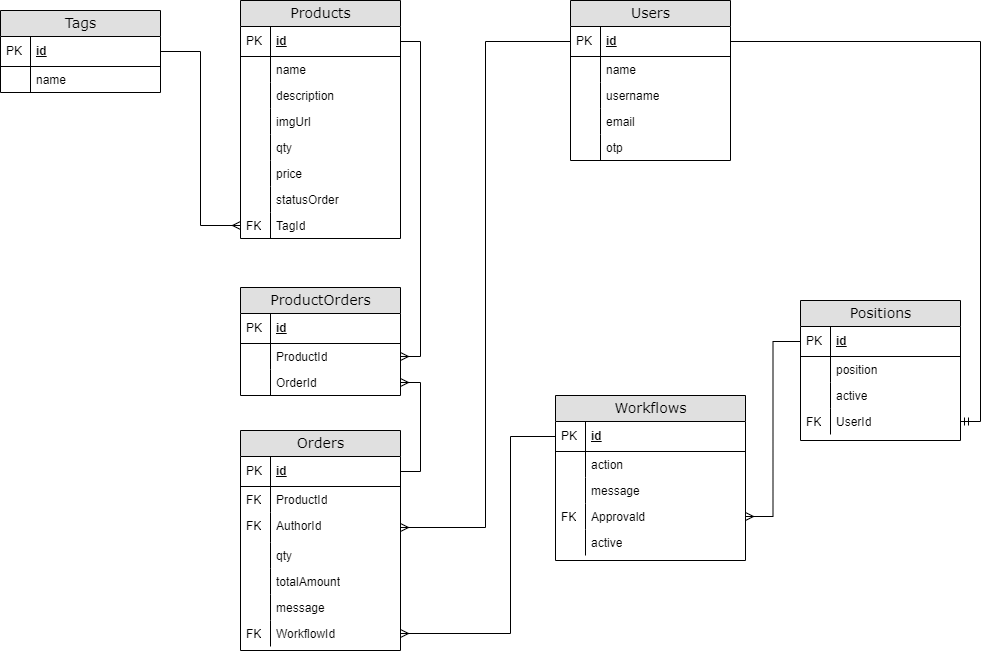
Before: ERD.png, a diagram exported from draw.io (apra-saputra/restapi-express-api). Source tidied: cells renumbered, new cells last; positions are measured from the earlier drawing's top-left corner, leaving out a move shared by most shapes.
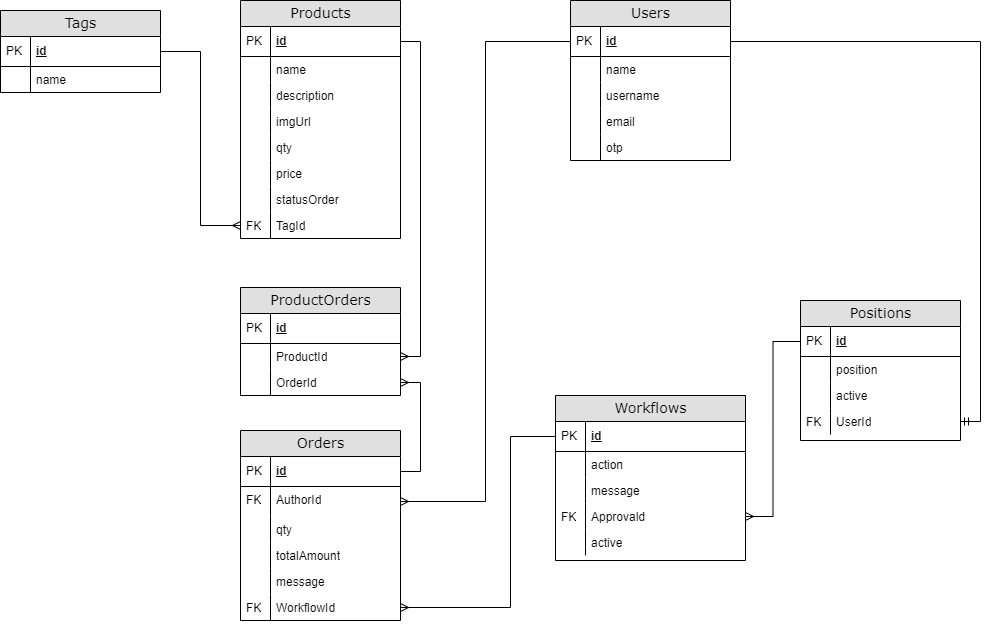
Later version of the same file.

Change to the diagram source:
```diff
@@ -77,7 +77,7 @@
       </mxGeometry>
     </mxCell>
     <mxCell id="25" value="Orders" style="swimlane;html=1;fontStyle=0;horizontal=1;startSize=26;fillColor=#e0e0e0;swimlaneFillColor=#ffffff;align=center;rounded=0;shadow=0;comic=0;labelBackgroundColor=none;strokeWidth=1;fontFamily=Verdana;fontSize=14;fontColor=#000000;" parent="1" vertex="1">
-      <mxGeometry x="240" y="430" width="160" height="220" as="geometry" />
+      <mxGeometry x="240" y="430" width="160" height="190" as="geometry" />
     </mxCell>
     <mxCell id="26" value="id" style="shape=partialRectangle;top=0;left=0;right=0;bottom=1;html=1;align=left;verticalAlign=middle;fillColor=none;spacingLeft=34;spacingRight=4;whiteSpace=wrap;overflow=hidden;points=[[0,0.5],[1,0.5]];portConstraint=eastwest;fontStyle=5;fontColor=#000000;" parent="25" vertex="1">
       <mxGeometry y="26" width="160" height="30" as="geometry" />
@@ -85,38 +85,32 @@
     <mxCell id="27" value="PK" style="shape=partialRectangle;top=0;left=0;bottom=0;html=1;fillColor=none;align=left;verticalAlign=middle;spacingLeft=4;spacingRight=4;whiteSpace=wrap;overflow=hidden;fontColor=#000000;" parent="26" vertex="1">
       <mxGeometry width="30" height="30" as="geometry" />
     </mxCell>
-    <mxCell id="28" value="ProductId" style="shape=partialRectangle;top=0;left=0;right=0;bottom=0;html=1;align=left;verticalAlign=top;fillColor=none;spacingLeft=34;spacingRight=4;whiteSpace=wrap;overflow=hidden;fontColor=#000000;" parent="25" vertex="1">
-      <mxGeometry y="56" width="160" height="26" as="geometry" />
-    </mxCell>
-    <mxCell id="29" value="FK" style="shape=partialRectangle;top=0;left=0;bottom=0;html=1;fillColor=none;align=left;verticalAlign=top;spacingLeft=4;spacingRight=4;whiteSpace=wrap;overflow=hidden;fontColor=#000000;" parent="28" vertex="1">
-      <mxGeometry width="30" height="26" as="geometry" />
-    </mxCell>
     <mxCell id="30" value="AuthorId" style="shape=partialRectangle;top=0;left=0;right=0;bottom=0;html=1;align=left;verticalAlign=top;fillColor=none;spacingLeft=34;spacingRight=4;whiteSpace=wrap;overflow=hidden;points=[[0,0.5],[1,0.5]];portConstraint=eastwest;fontColor=#000000;" parent="25" vertex="1">
-      <mxGeometry y="82" width="160" height="30" as="geometry" />
+      <mxGeometry y="56" width="160" height="30" as="geometry" />
     </mxCell>
     <mxCell id="31" value="FK" style="shape=partialRectangle;top=0;left=0;bottom=0;html=1;fillColor=none;align=left;verticalAlign=top;spacingLeft=4;spacingRight=4;whiteSpace=wrap;overflow=hidden;fontColor=#000000;" parent="30" vertex="1">
       <mxGeometry width="30" height="30" as="geometry" />
     </mxCell>
     <mxCell id="32" value="qty" style="shape=partialRectangle;top=0;left=0;right=0;bottom=0;html=1;align=left;verticalAlign=top;fillColor=none;spacingLeft=34;spacingRight=4;whiteSpace=wrap;overflow=hidden;fontColor=#000000;" parent="25" vertex="1">
-      <mxGeometry y="112" width="160" height="26" as="geometry" />
+      <mxGeometry y="86" width="160" height="26" as="geometry" />
     </mxCell>
     <mxCell id="33" style="shape=partialRectangle;top=0;left=0;bottom=0;html=1;fillColor=none;align=left;verticalAlign=top;spacingLeft=4;spacingRight=4;whiteSpace=wrap;overflow=hidden;fontColor=#000000;" parent="32" vertex="1">
       <mxGeometry width="30" height="26" as="geometry" />
     </mxCell>
     <mxCell id="34" value="totalAmount" style="shape=partialRectangle;top=0;left=0;right=0;bottom=0;html=1;align=left;verticalAlign=top;fillColor=none;spacingLeft=34;spacingRight=4;whiteSpace=wrap;overflow=hidden;fontColor=#000000;" parent="25" vertex="1">
-      <mxGeometry y="138" width="160" height="26" as="geometry" />
+      <mxGeometry y="112" width="160" height="26" as="geometry" />
     </mxCell>
     <mxCell id="35" style="shape=partialRectangle;top=0;left=0;bottom=0;html=1;fillColor=none;align=left;verticalAlign=top;spacingLeft=4;spacingRight=4;whiteSpace=wrap;overflow=hidden;fontColor=#000000;" parent="34" vertex="1">
       <mxGeometry width="30" height="26" as="geometry" />
     </mxCell>
     <mxCell id="36" value="message" style="shape=partialRectangle;top=0;left=0;right=0;bottom=0;html=1;align=left;verticalAlign=top;fillColor=none;spacingLeft=34;spacingRight=4;whiteSpace=wrap;overflow=hidden;fontColor=#000000;" parent="25" vertex="1">
-      <mxGeometry y="164" width="160" height="26" as="geometry" />
+      <mxGeometry y="138" width="160" height="26" as="geometry" />
     </mxCell>
     <mxCell id="37" style="shape=partialRectangle;top=0;left=0;bottom=0;html=1;fillColor=none;align=left;verticalAlign=top;spacingLeft=4;spacingRight=4;whiteSpace=wrap;overflow=hidden;fontColor=#000000;" parent="36" vertex="1">
       <mxGeometry width="30" height="26" as="geometry" />
     </mxCell>
     <mxCell id="38" value="WorkflowId" style="shape=partialRectangle;top=0;left=0;right=0;bottom=0;html=1;align=left;verticalAlign=top;fillColor=none;spacingLeft=34;spacingRight=4;whiteSpace=wrap;overflow=hidden;points=[[0,0.5],[1,0.5]];portConstraint=eastwest;fontColor=#000000;" parent="25" vertex="1">
-      <mxGeometry y="190" width="160" height="26" as="geometry" />
+      <mxGeometry y="164" width="160" height="26" as="geometry" />
     </mxCell>
     <mxCell id="39" value="FK" style="shape=partialRectangle;top=0;left=0;bottom=0;html=1;fillColor=none;align=left;verticalAlign=top;spacingLeft=4;spacingRight=4;whiteSpace=wrap;overflow=hidden;fontColor=#000000;" parent="38" vertex="1">
       <mxGeometry width="30" height="26" as="geometry" />
@@ -252,11 +246,11 @@
         </Array>
       </mxGeometry>
     </mxCell>
-    <mxCell id="82" style="edgeStyle=orthogonalEdgeStyle;rounded=0;jettySize=auto;html=1;endArrow=ERmany;endFill=0;" parent="1" edge="1" source="52" target="38">
+    <mxCell id="82" style="edgeStyle=orthogonalEdgeStyle;rounded=0;jettySize=auto;html=1;endArrow=ERmany;endFill=0;entryX=1;entryY=0.5;entryDx=0;entryDy=0;" parent="1" edge="1" source="52" target="38">
       <mxGeometry relative="1" as="geometry">
         <Array as="points">
           <mxPoint x="510" y="436" />
-          <mxPoint x="510" y="633" />
+          <mxPoint x="510" y="607" />
         </Array>
       </mxGeometry>
     </mxCell>
```
